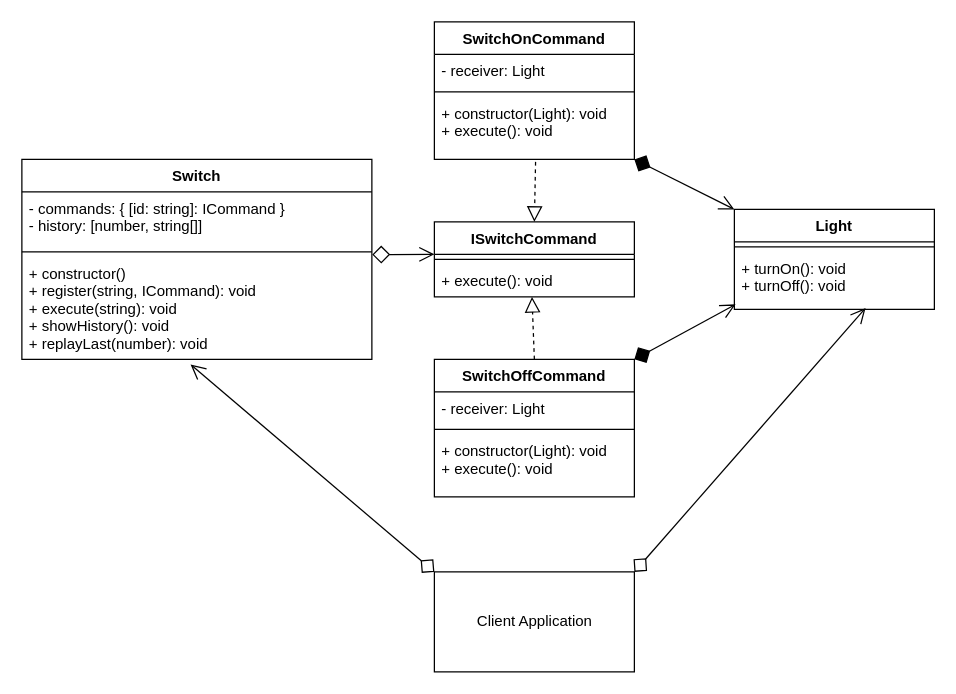
Before: Behavioral/Command/command.drawio in Kazantip94/Patern, a draw.io diagram. Source tidied: cells renumbered, new cells numbered last; positions are measured from the earlier drawing's top-left corner, leaving out a move shared by most shapes. Both pictures are drawn from the tidied source at 125%, with x=0, y=0 at pixel (21, 21).
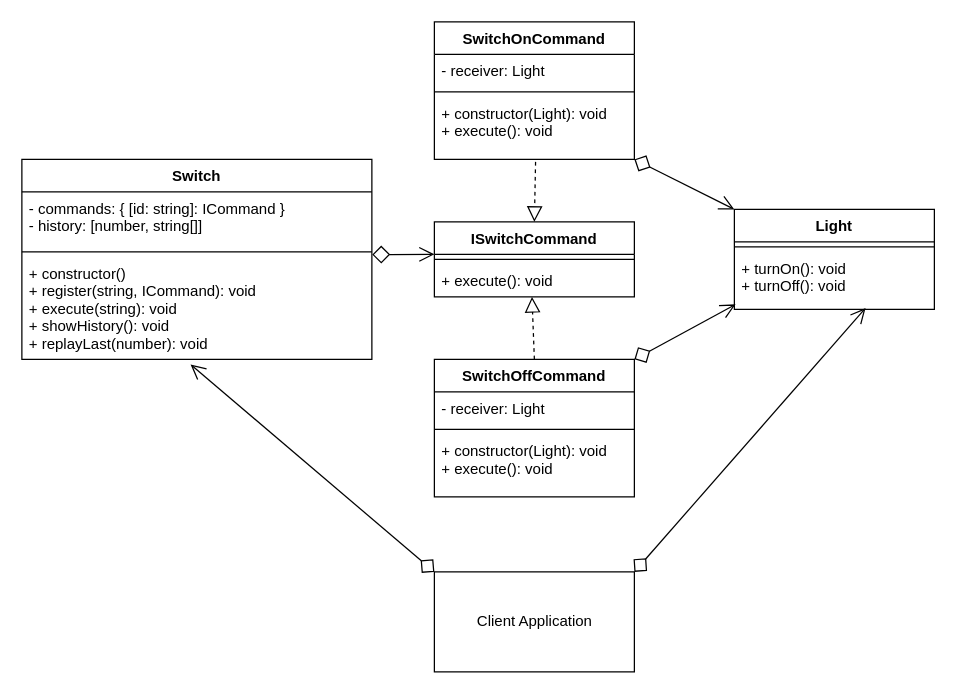
Above is the later version.

The change refers to these unchanged cells:
```xml
<mxCell id="13" value="SwitchOffCommand" style="swimlane;fontStyle=1;align=center;verticalAlign=top;horizontal=1;startSize=26;strokeWidth=1;" parent="1" vertex="1">
  <mxGeometry x="330" y="270" width="160" height="110" as="geometry" />
</mxCell>
<mxCell id="17" value="Light" style="swimlane;fontStyle=1;align=center;verticalAlign=top;horizontal=1;startSize=26;strokeWidth=1;" parent="1" vertex="1">
  <mxGeometry x="570" y="150" width="160" height="80" as="geometry" />
</mxCell>
<mxCell id="19" value="+ turnOn(): void&#10;+ turnOff(): void" style="text;strokeColor=none;fillColor=none;align=left;verticalAlign=top;spacingLeft=4;spacingRight=4;overflow=hidden;points=[[0,0.5],[1,0.5]];portConstraint=eastwest;" parent="17" vertex="1">
  <mxGeometry y="34" width="160" height="46" as="geometry" />
</mxCell>
```

The edit, as a diff of the source:
```diff
@@
-    <mxCell id="24" style="html=1;verticalAlign=bottom;startArrow=diamond;startFill=1;endArrow=open;startSize=12;endSize=10;entryX=0;entryY=0;entryDx=0;entryDy=0;endFill=0;" parent="1" edge="1" target="17">
+    <mxCell id="24" style="html=1;verticalAlign=bottom;startArrow=diamond;startFill=0;endArrow=open;startSize=12;endSize=10;entryX=0;entryY=0;entryDx=0;entryDy=0;endFill=0;" parent="1" edge="1" target="17">
       <mxGeometry relative="1" as="geometry">
         <mxPoint x="490" y="110" as="sourcePoint" />
       </mxGeometry>
     </mxCell>
-    <mxCell id="25" style="html=1;verticalAlign=bottom;startArrow=diamond;startFill=1;endArrow=open;startSize=12;endSize=10;exitX=1;exitY=0;exitDx=0;exitDy=0;entryX=0.006;entryY=0.913;entryDx=0;entryDy=0;endFill=0;entryPerimeter=0;" parent="1" edge="1" source="13" target="19">
+    <mxCell id="25" style="html=1;verticalAlign=bottom;startArrow=diamond;startFill=0;endArrow=open;startSize=12;endSize=10;exitX=1;exitY=0;exitDx=0;exitDy=0;entryX=0.006;entryY=0.913;entryDx=0;entryDy=0;endFill=0;entryPerimeter=0;" parent="1" edge="1" source="13" target="19">
       <mxGeometry relative="1" as="geometry" />
     </mxCell>
```
